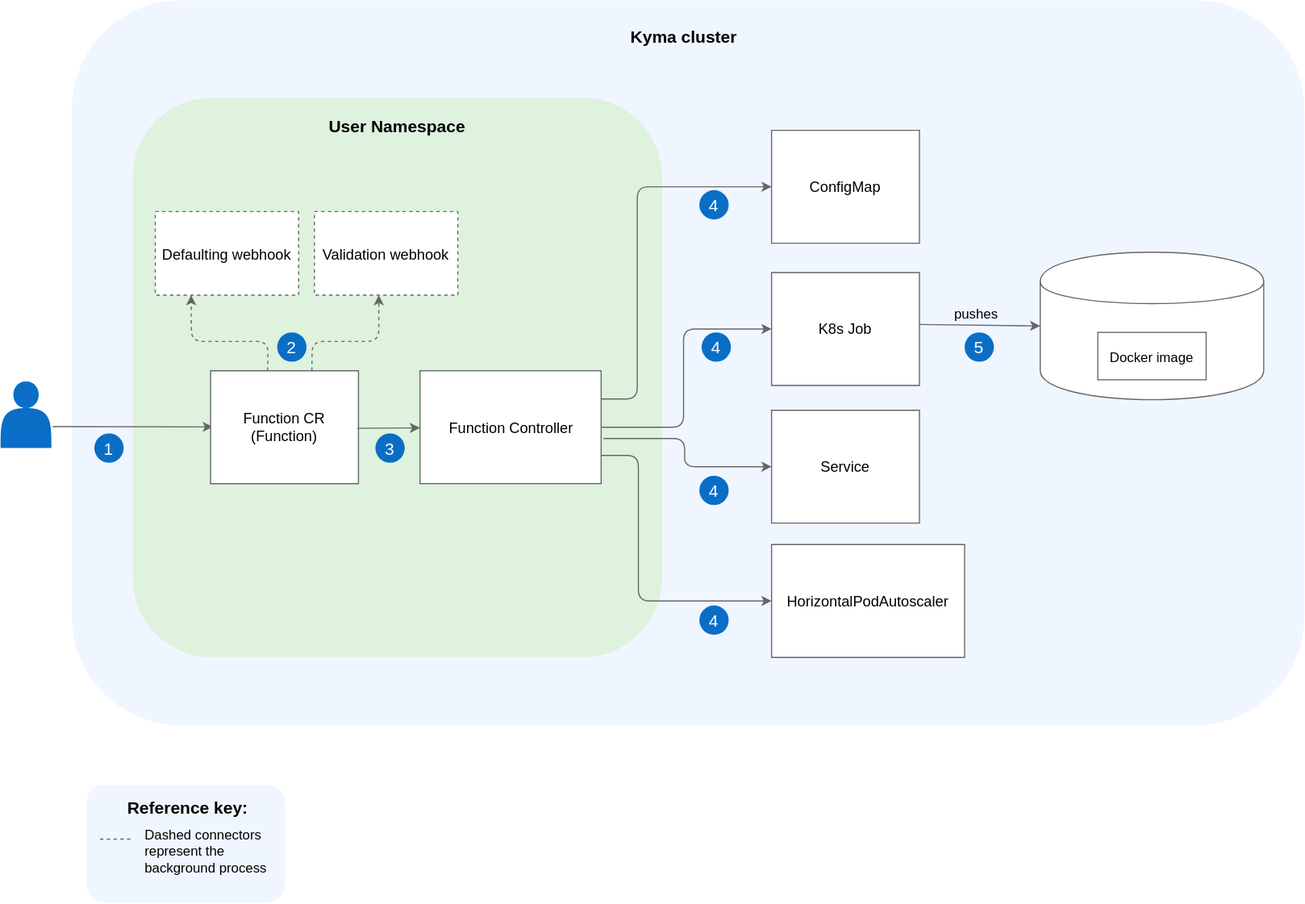
Before: docs/guidelines/content-guidelines/assets/diagram-example.svg, a diagram exported from draw.io (kyma-project/community). Source tidied: cells renumbered, new cells last; positions are measured from the earlier drawing's top-left corner, leaving out a move shared by most shapes.
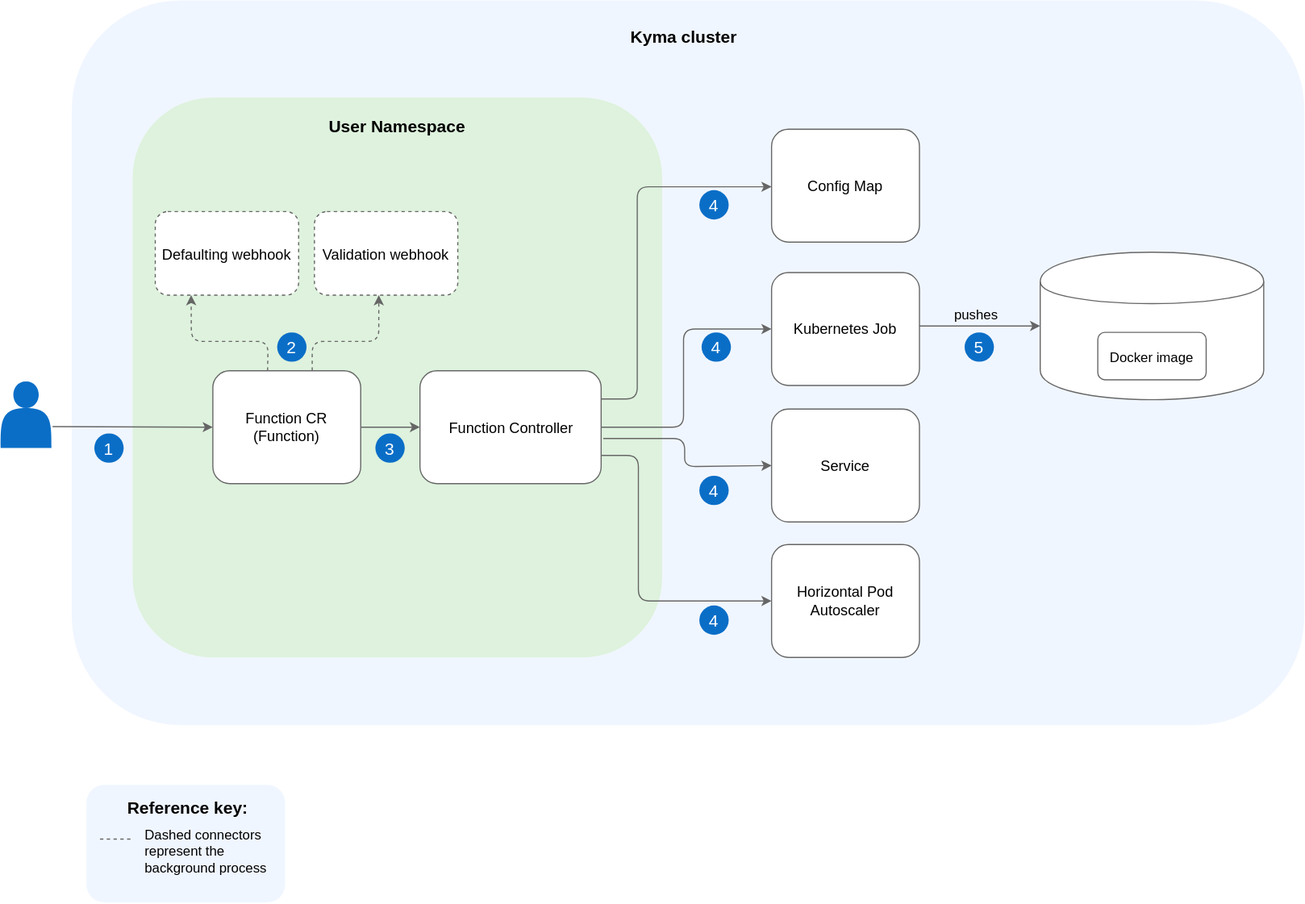
The same file after the commit.

Commit message:
Replace the old example diagram file with the updated one and remove the backup file

Change to the diagram source:
```diff
@@ -29,74 +29,59 @@
     <mxCell id="10" value="&lt;font style=&quot;font-size: 15px&quot;&gt;User Namespace&lt;/font&gt;" style="text;html=1;strokeColor=none;fillColor=none;align=center;verticalAlign=middle;whiteSpace=wrap;rounded=0;fontStyle=1;" parent="1" vertex="1">
       <mxGeometry x="287.2" y="101" width="128.5" height="20" as="geometry" />
     </mxCell>
-    <mxCell id="11" style="endArrow=classic;html=1;entryX=0;entryY=0.5;entryDx=0;entryDy=0;strokeColor=#666666;strokeWidth=1;jumpSize=1;" parent="1" edge="1">
+    <mxCell id="11" style="endArrow=classic;html=1;entryX=0;entryY=0.5;entryDx=0;entryDy=0;strokeColor=#666666;strokeWidth=1;jumpSize=1;" parent="1" edge="1" target="12">
       <mxGeometry relative="1" as="geometry">
         <mxPoint x="46" y="377.5" as="sourcePoint" />
-        <mxPoint x="188" y="377.8" as="targetPoint" />
       </mxGeometry>
     </mxCell>
-    <mxCell id="12" value="&lt;font style=&quot;font-size: 13px&quot;&gt;Function CR&lt;br&gt;(Function)&lt;br&gt;&lt;/font&gt;" style="shape=note;whiteSpace=wrap;html=1;backgroundOutline=1;darkOpacity=0.05;strokeColor=#666666;size=0;" parent="1" vertex="1">
-      <mxGeometry x="186" y="328" width="131" height="100" as="geometry" />
-    </mxCell>
-    <mxCell id="13" value="&lt;font style=&quot;font-size: 13px&quot;&gt;Defaulting webhook&lt;/font&gt;" style="rounded=0;whiteSpace=wrap;html=1;labelBackgroundColor=none;strokeWidth=1;fillColor=#FFFFFF;gradientColor=none;fontFamily=Helvetica;fontSize=15;fontColor=#000000;dashed=1;strokeColor=#666666;" parent="1" vertex="1">
+    <mxCell id="13" value="&lt;font style=&quot;font-size: 13px&quot;&gt;Defaulting webhook&lt;/font&gt;" style="rounded=1;whiteSpace=wrap;html=1;labelBackgroundColor=none;strokeWidth=1;fillColor=#FFFFFF;gradientColor=none;fontFamily=Helvetica;fontSize=15;fontColor=#000000;dashed=1;strokeColor=#666666;perimeter=rectanglePerimeter;" parent="1" vertex="1">
       <mxGeometry x="137" y="187" width="127" height="74" as="geometry" />
     </mxCell>
-    <mxCell id="14" style="endArrow=classic;html=1;strokeWidth=1;fontFamily=Helvetica;fontSize=15;fontColor=#000000;exitX=0;exitY=0;exitDx=50.5;exitDy=0;dashed=1;exitPerimeter=0;entryX=0.25;entryY=1;entryDx=0;entryDy=0;strokeColor=#666666;" parent="1" edge="1" source="12" target="13">
+    <mxCell id="14" style="endArrow=classic;html=1;strokeWidth=1;fontFamily=Helvetica;fontSize=15;fontColor=#000000;exitX=0;exitY=0;exitDx=50.5;exitDy=0;dashed=1;exitPerimeter=0;entryX=0.25;entryY=1;entryDx=0;entryDy=0;strokeColor=#666666;" parent="1" edge="1" target="13">
       <mxGeometry relative="1" as="geometry">
+        <mxPoint x="236.5" y="328" as="sourcePoint" />
         <Array as="points">
           <mxPoint x="237" y="302" />
           <mxPoint x="169" y="302" />
         </Array>
       </mxGeometry>
     </mxCell>
-    <mxCell id="15" value="&lt;font style=&quot;font-size: 13px&quot;&gt;Validation webhook&lt;/font&gt;" style="rounded=0;whiteSpace=wrap;html=1;labelBackgroundColor=none;strokeWidth=1;fillColor=#FFFFFF;gradientColor=none;fontFamily=Helvetica;fontSize=15;fontColor=#000000;dashed=1;strokeColor=#666666;" parent="1" vertex="1">
+    <mxCell id="15" value="&lt;font style=&quot;font-size: 13px&quot;&gt;Validation webhook&lt;/font&gt;" style="rounded=1;whiteSpace=wrap;html=1;labelBackgroundColor=none;strokeWidth=1;fillColor=#FFFFFF;gradientColor=none;fontFamily=Helvetica;fontSize=15;fontColor=#000000;dashed=1;strokeColor=#666666;perimeter=rectanglePerimeter;" parent="1" vertex="1">
       <mxGeometry x="278" y="187" width="127" height="74" as="geometry" />
     </mxCell>
-    <mxCell id="16" value="&lt;font style=&quot;font-size: 13px&quot;&gt;Function Controller&lt;br&gt;&lt;/font&gt;" style="rounded=0;whiteSpace=wrap;html=1;labelBackgroundColor=none;strokeWidth=1;fillColor=#FFFFFF;gradientColor=none;fontFamily=Helvetica;fontSize=15;fontColor=#000000;strokeColor=#666666;" parent="1" vertex="1">
+    <mxCell id="16" value="&lt;font style=&quot;font-size: 13px&quot;&gt;Function Controller&lt;br&gt;&lt;/font&gt;" style="rounded=1;whiteSpace=wrap;html=1;labelBackgroundColor=none;strokeWidth=1;fillColor=#FFFFFF;gradientColor=none;fontFamily=Helvetica;fontSize=15;fontColor=#000000;strokeColor=#666666;perimeter=rectanglePerimeter;" parent="1" vertex="1">
       <mxGeometry x="371.5" y="328" width="160.5" height="100" as="geometry" />
     </mxCell>
-    <mxCell id="17" value="&lt;font style=&quot;font-size: 13px&quot;&gt;ConfigMap&lt;/font&gt;" style="shape=note;whiteSpace=wrap;html=1;backgroundOutline=1;darkOpacity=0.05;strokeColor=#666666;size=0;" parent="1" vertex="1">
-      <mxGeometry x="683" y="115" width="131" height="100" as="geometry" />
-    </mxCell>
-    <mxCell id="18" value="&lt;font style=&quot;font-size: 13px&quot;&gt;K8s Job&lt;/font&gt;" style="shape=note;whiteSpace=wrap;html=1;backgroundOutline=1;darkOpacity=0.05;strokeColor=#666666;size=0;" parent="1" vertex="1">
-      <mxGeometry x="683" y="241" width="131" height="100" as="geometry" />
-    </mxCell>
-    <mxCell id="19" value="&lt;font style=&quot;font-size: 13px&quot;&gt;Service&lt;/font&gt;" style="shape=note;whiteSpace=wrap;html=1;backgroundOutline=1;darkOpacity=0.05;strokeColor=#666666;size=0;" parent="1" vertex="1">
-      <mxGeometry x="683" y="363" width="131" height="100" as="geometry" />
-    </mxCell>
-    <mxCell id="20" value="&lt;span style=&quot;font-size: 13px&quot;&gt;HorizontalPodAutoscaler&lt;/span&gt;" style="shape=note;whiteSpace=wrap;html=1;backgroundOutline=1;darkOpacity=0.05;strokeColor=#666666;size=0;" parent="1" vertex="1">
-      <mxGeometry x="683" y="482" width="171" height="100" as="geometry" />
-    </mxCell>
     <mxCell id="21" style="shape=cylinder;whiteSpace=wrap;html=1;boundedLbl=1;backgroundOutline=1;strokeColor=#666666;" parent="1" vertex="1">
       <mxGeometry x="921" y="223" width="198" height="130.6" as="geometry" />
     </mxCell>
-    <mxCell id="22" value="&lt;font&gt;&lt;font style=&quot;font-size: 12px&quot;&gt;Docker image&lt;/font&gt;&lt;br&gt;&lt;/font&gt;" style="rounded=0;whiteSpace=wrap;html=1;labelBackgroundColor=none;strokeWidth=1;fillColor=#FFFFFF;gradientColor=none;fontFamily=Helvetica;fontSize=15;fontColor=#000000;strokeColor=#666666;" parent="1" vertex="1">
+    <mxCell id="22" value="&lt;font&gt;&lt;font style=&quot;font-size: 12px&quot;&gt;Docker image&lt;/font&gt;&lt;br&gt;&lt;/font&gt;" style="rounded=1;whiteSpace=wrap;html=1;labelBackgroundColor=none;strokeWidth=1;fillColor=#FFFFFF;gradientColor=none;fontFamily=Helvetica;fontSize=15;fontColor=#000000;strokeColor=#666666;perimeter=rectanglePerimeter;" parent="1" vertex="1">
       <mxGeometry x="972" y="294" width="96" height="42" as="geometry" />
     </mxCell>
     <mxCell id="23" value="&lt;font style=&quot;font-size: 15px&quot;&gt;&lt;b&gt;Reference key:&lt;/b&gt;&lt;/font&gt;" style="text;html=1;strokeColor=none;fillColor=none;align=center;verticalAlign=middle;whiteSpace=wrap;rounded=0;" parent="1" vertex="1">
       <mxGeometry x="94" y="705" width="144" height="20" as="geometry" />
     </mxCell>
-    <mxCell id="24" style="endArrow=classic;html=1;strokeWidth=1;fontFamily=Helvetica;fontSize=15;fontColor=#000000;exitX=0;exitY=0;exitDx=50.5;exitDy=0;dashed=1;exitPerimeter=0;entryX=0.449;entryY=1;entryDx=0;entryDy=0;entryPerimeter=0;strokeColor=#666666;" parent="1" edge="1" target="15">
+    <mxCell id="24" style="endArrow=classic;html=1;strokeWidth=1;fontFamily=Helvetica;fontSize=15;fontColor=#000000;exitX=0.672;exitY=0;exitDx=0;exitDy=0;dashed=1;exitPerimeter=0;entryX=0.449;entryY=1;entryDx=0;entryDy=0;entryPerimeter=0;strokeColor=#666666;" parent="1" edge="1" source="12" target="15">
       <mxGeometry relative="1" as="geometry">
-        <mxPoint x="275.8" y="328" as="sourcePoint" />
         <Array as="points">
           <mxPoint x="276" y="302" />
           <mxPoint x="335" y="302" />
         </Array>
       </mxGeometry>
     </mxCell>
-    <mxCell id="25" style="endArrow=classic;html=1;exitX=0.992;exitY=0.51;exitDx=0;exitDy=0;exitPerimeter=0;strokeColor=#666666;strokeWidth=1;" parent="1" edge="1" source="12" target="16">
+    <mxCell id="25" style="endArrow=classic;html=1;exitX=1;exitY=0.5;exitDx=0;exitDy=0;strokeColor=#666666;strokeWidth=1;" parent="1" edge="1" source="12" target="16">
       <mxGeometry relative="1" as="geometry" />
     </mxCell>
-    <mxCell id="26" style="endArrow=classic;html=1;exitX=1;exitY=0.25;exitDx=0;exitDy=0;entryX=0;entryY=0.5;entryDx=0;entryDy=0;entryPerimeter=0;strokeColor=#666666;strokeWidth=1;" parent="1" edge="1" source="16" target="17">
+    <mxCell id="26" style="endArrow=classic;html=1;exitX=1;exitY=0.25;exitDx=0;exitDy=0;entryX=0;entryY=0.5;entryDx=0;entryDy=0;entryPerimeter=0;strokeColor=#666666;strokeWidth=1;" parent="1" edge="1" source="16">
       <mxGeometry relative="1" as="geometry">
+        <mxPoint x="683" y="165" as="targetPoint" />
         <Array as="points">
           <mxPoint x="564" y="353" />
           <mxPoint x="564" y="165" />
         </Array>
       </mxGeometry>
     </mxCell>
-    <mxCell id="27" style="endArrow=classic;html=1;exitX=1;exitY=0.5;exitDx=0;exitDy=0;entryX=0;entryY=0.5;entryDx=0;entryDy=0;entryPerimeter=0;strokeColor=#666666;strokeWidth=1;" parent="1" edge="1" source="16" target="18">
+    <mxCell id="27" style="endArrow=classic;html=1;exitX=1;exitY=0.5;exitDx=0;exitDy=0;entryX=0;entryY=0.5;entryDx=0;entryDy=0;strokeColor=#666666;strokeWidth=1;" parent="1" edge="1" source="16" target="42">
       <mxGeometry relative="1" as="geometry">
         <Array as="points">
           <mxPoint x="605" y="378" />
@@ -104,7 +89,7 @@
         </Array>
       </mxGeometry>
     </mxCell>
-    <mxCell id="28" style="endArrow=classic;html=1;exitX=1.012;exitY=0.6;exitDx=0;exitDy=0;entryX=0;entryY=0.5;entryDx=0;entryDy=0;entryPerimeter=0;exitPerimeter=0;strokeColor=#666666;strokeWidth=1;" parent="1" edge="1" source="16" target="19">
+    <mxCell id="28" style="endArrow=classic;html=1;exitX=1.012;exitY=0.6;exitDx=0;exitDy=0;entryX=0;entryY=0.5;entryDx=0;entryDy=0;exitPerimeter=0;strokeColor=#666666;strokeWidth=1;" parent="1" edge="1" source="16" target="19">
       <mxGeometry relative="1" as="geometry">
         <Array as="points">
           <mxPoint x="606" y="388" />
@@ -112,7 +97,7 @@
         </Array>
       </mxGeometry>
     </mxCell>
-    <mxCell id="29" style="endArrow=classic;html=1;entryX=0;entryY=0.5;entryDx=0;entryDy=0;entryPerimeter=0;exitX=1;exitY=0.75;exitDx=0;exitDy=0;strokeColor=#666666;strokeWidth=1;" parent="1" edge="1" source="16" target="20">
+    <mxCell id="29" style="endArrow=classic;html=1;entryX=0;entryY=0.5;entryDx=0;entryDy=0;exitX=1;exitY=0.75;exitDx=0;exitDy=0;strokeColor=#666666;strokeWidth=1;" parent="1" edge="1" source="16" target="43">
       <mxGeometry relative="1" as="geometry">
         <Array as="points">
           <mxPoint x="565" y="403" />
@@ -120,7 +105,7 @@
         </Array>
       </mxGeometry>
     </mxCell>
-    <mxCell id="30" style="endArrow=classic;html=1;exitX=1;exitY=0.46;exitDx=0;exitDy=0;entryX=0;entryY=0.5;entryDx=0;entryDy=0;exitPerimeter=0;strokeColor=#666666;strokeWidth=1;" parent="1" edge="1" source="18" target="21">
+    <mxCell id="30" style="endArrow=classic;html=1;exitX=1;exitY=0.473;exitDx=0;exitDy=0;entryX=0;entryY=0.5;entryDx=0;entryDy=0;exitPerimeter=0;strokeColor=#666666;strokeWidth=1;" parent="1" edge="1" source="42" target="21">
       <mxGeometry relative="1" as="geometry" />
     </mxCell>
     <mxCell id="31" value="&lt;font style=&quot;font-size: 12px&quot;&gt;pushes&lt;/font&gt;" style="edgeLabel;html=1;align=center;verticalAlign=middle;labelBorderColor=none;labelBackgroundColor=none;" parent="30" vertex="1">
@@ -158,5 +143,20 @@
     <mxCell id="40" value="Dashed connectors represent the background process" style="text;html=1;strokeColor=none;fillColor=none;align=left;verticalAlign=middle;whiteSpace=wrap;rounded=0;" parent="1" vertex="1">
       <mxGeometry x="126" y="744" width="114" height="20" as="geometry" />
     </mxCell>
+    <mxCell id="12" value="&lt;span style=&quot;font-size: 13px&quot;&gt;Function CR&lt;/span&gt;&lt;br style=&quot;font-size: 13px&quot;&gt;&lt;span style=&quot;font-size: 13px&quot;&gt;(Function)&lt;/span&gt;" style="rounded=1;whiteSpace=wrap;html=1;strokeColor=#666666;" parent="1" vertex="1">
+      <mxGeometry x="188" y="328" width="131" height="100" as="geometry" />
+    </mxCell>
+    <mxCell id="41" value="&lt;span style=&quot;font-size: 13px&quot;&gt;Config Map&lt;/span&gt;" style="rounded=1;whiteSpace=wrap;html=1;strokeColor=#666666;" parent="1" vertex="1">
+      <mxGeometry x="683" y="114" width="131" height="100" as="geometry" />
+    </mxCell>
+    <mxCell id="42" value="&lt;span style=&quot;font-size: 13px&quot;&gt;Kubernetes Job&lt;/span&gt;" style="rounded=1;whiteSpace=wrap;html=1;strokeColor=#666666;" parent="1" vertex="1">
+      <mxGeometry x="683" y="241" width="131" height="100" as="geometry" />
+    </mxCell>
+    <mxCell id="19" value="&lt;span style=&quot;font-size: 13px&quot;&gt;Service&lt;/span&gt;" style="rounded=1;whiteSpace=wrap;html=1;strokeColor=#666666;" parent="1" vertex="1">
+      <mxGeometry x="683" y="362" width="131" height="100" as="geometry" />
+    </mxCell>
+    <mxCell id="43" value="&lt;span style=&quot;font-size: 13px&quot;&gt;Horizontal Pod Autoscaler&lt;/span&gt;" style="rounded=1;whiteSpace=wrap;html=1;strokeColor=#666666;" parent="1" vertex="1">
+      <mxGeometry x="683" y="482" width="131" height="100" as="geometry" />
+    </mxCell>
   </root>
 </mxGraphModel>
```
